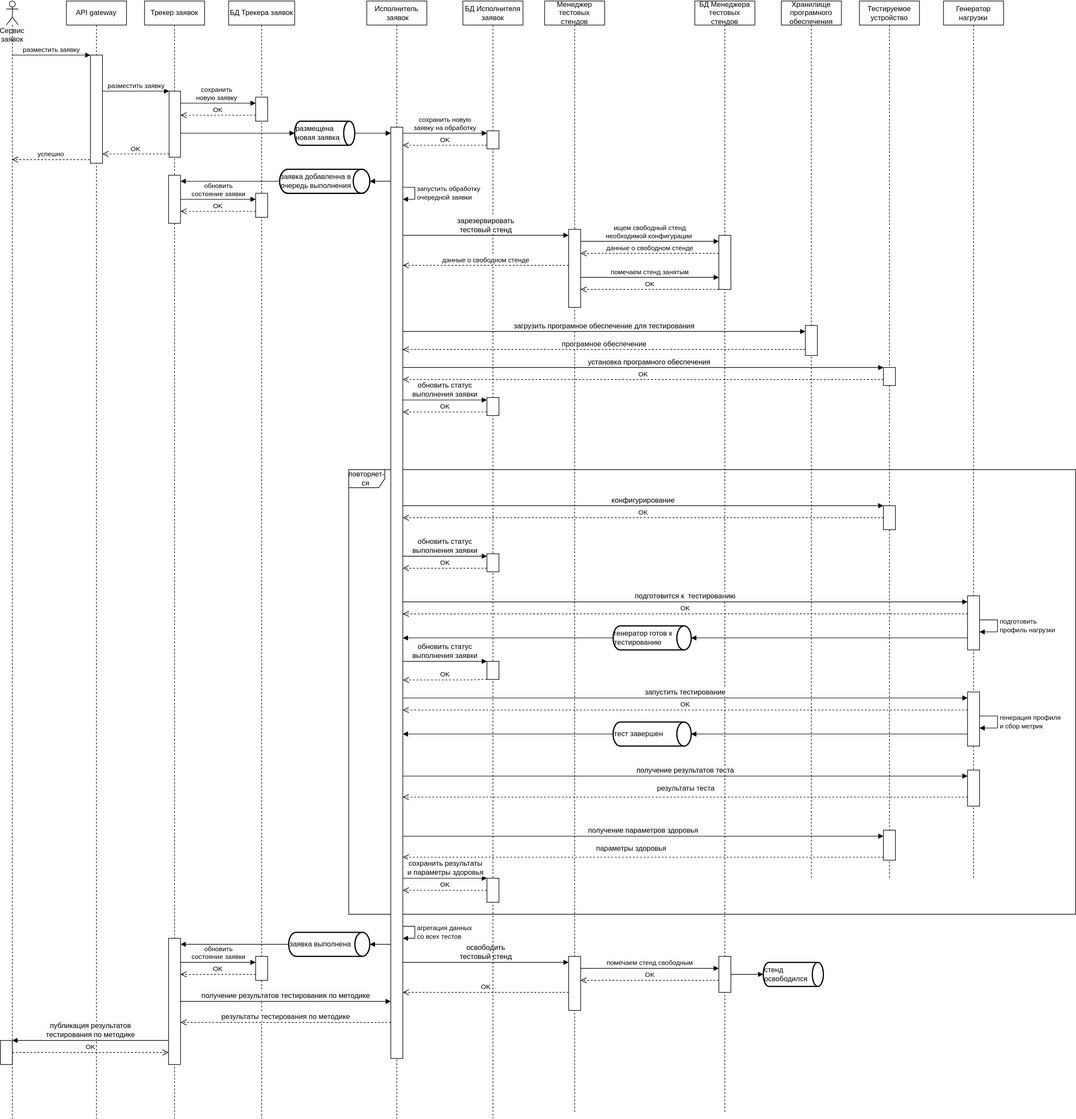
Earlier version of the draw.io export graduate_project/diagrams/uc003_sequence_diagram.svg (ralex29/otus_software_architect_2022_09). Source tidied: cells renumbered, new cells last; positions are measured from the earlier drawing's top-left corner, leaving out a move shared by most shapes.
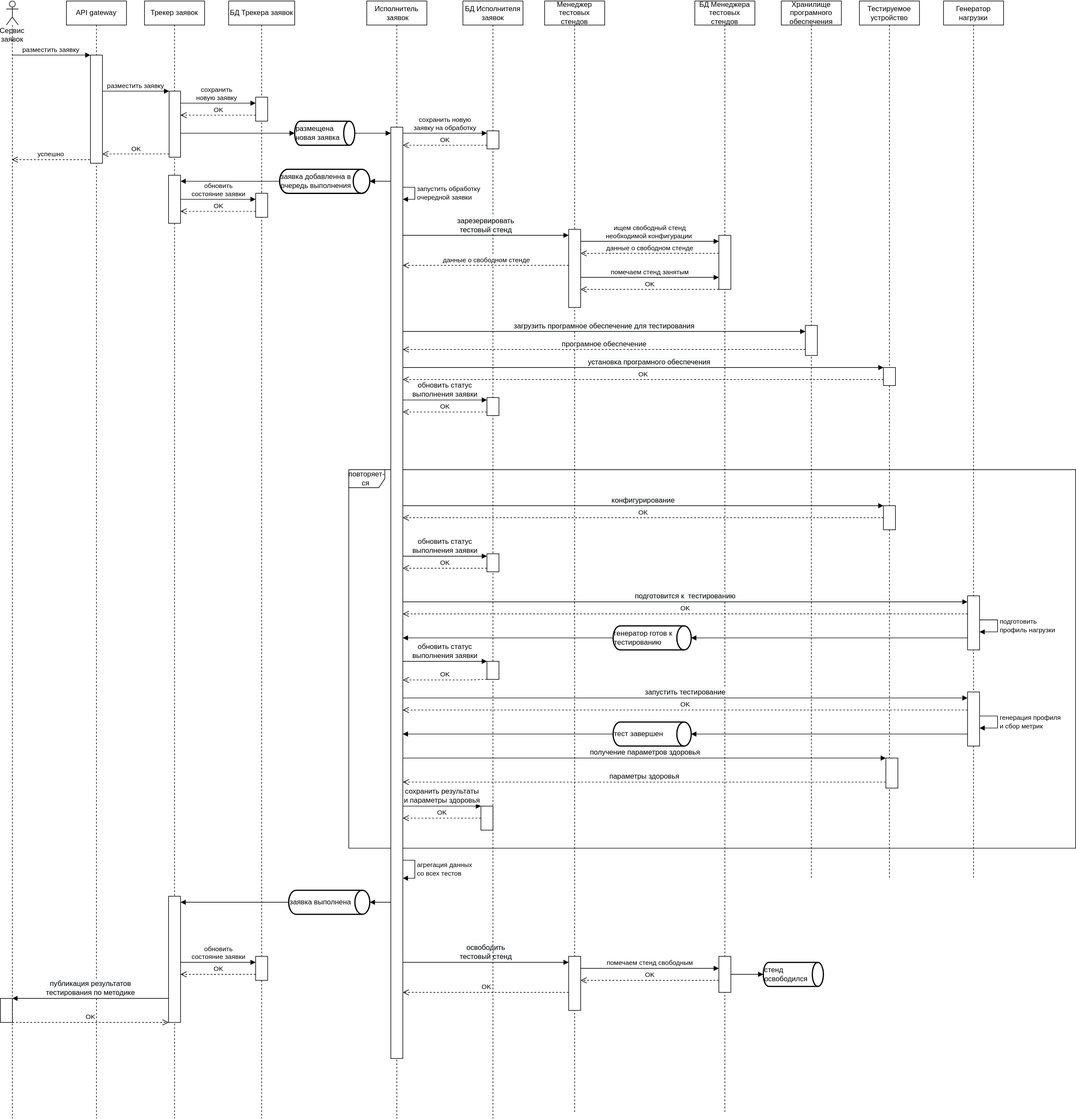
Above is the later version.

What changed in the source:
```diff
@@ -3,14 +3,11 @@
     <mxCell id="0" />
     <mxCell id="1" parent="0" />
     <mxCell id="2" value="повторяет-ся&amp;nbsp;" style="shape=umlFrame;whiteSpace=wrap;html=1;fontSize=12;" parent="1" vertex="1">
-      <mxGeometry x="580" y="780" width="1210" height="740" as="geometry" />
+      <mxGeometry x="580" y="780" width="1210" height="630" as="geometry" />
     </mxCell>
     <mxCell id="3" value="Сервис заявок" style="shape=umlLifeline;participant=umlActor;perimeter=lifelinePerimeter;whiteSpace=wrap;html=1;verticalAlign=top;spacingTop=36;outlineConnect=0;" parent="1" vertex="1">
       <mxGeometry x="10" width="20" height="1860" as="geometry" />
     </mxCell>
-    <mxCell id="4" style="html=1;points=[];perimeter=orthogonalPerimeter;" parent="3" vertex="1">
-      <mxGeometry x="-10" y="1730" width="20" height="40" as="geometry" />
-    </mxCell>
     <mxCell id="5" value="API gateway" style="shape=umlLifeline;perimeter=lifelinePerimeter;whiteSpace=wrap;html=1;" parent="1" vertex="1">
       <mxGeometry x="110" width="100" height="1860" as="geometry" />
     </mxCell>
@@ -26,6 +23,9 @@
     <mxCell id="9" style="html=1;points=[];perimeter=orthogonalPerimeter;" parent="7" vertex="1">
       <mxGeometry x="40" y="290" width="20" height="80" as="geometry" />
     </mxCell>
+    <mxCell id="97" style="html=1;points=[];perimeter=orthogonalPerimeter;" parent="7" vertex="1">
+      <mxGeometry x="40" y="1490" width="20" height="210" as="geometry" />
+    </mxCell>
     <mxCell id="10" value="Исполнитель&lt;div&gt;&amp;nbsp;заявок&lt;/div&gt;" style="shape=umlLifeline;perimeter=lifelinePerimeter;whiteSpace=wrap;html=1;" parent="1" vertex="1">
       <mxGeometry x="610" width="100" height="1860" as="geometry" />
     </mxCell>
@@ -43,8 +43,8 @@
     <mxCell id="13" value="агрегация&amp;nbsp;данных &lt;br&gt;со всех тестов" style="edgeStyle=orthogonalEdgeStyle;html=1;align=left;spacingLeft=2;endArrow=block;rounded=0;" parent="10" edge="1" source="11" target="11">
       <mxGeometry relative="1" as="geometry">
         <Array as="points">
-          <mxPoint x="80" y="1540" />
-          <mxPoint x="80" y="1560" />
+          <mxPoint x="80" y="1430" />
+          <mxPoint x="80" y="1460" />
         </Array>
       </mxGeometry>
     </mxCell>
@@ -126,7 +126,7 @@
       <mxGeometry x="40" y="1099" width="20" height="30" as="geometry" />
     </mxCell>
     <mxCell id="33" style="html=1;points=[];perimeter=orthogonalPerimeter;" parent="26" vertex="1">
-      <mxGeometry x="40" y="1460" width="20" height="40" as="geometry" />
+      <mxGeometry x="30" y="1340" width="20" height="40" as="geometry" />
     </mxCell>
     <mxCell id="34" value="БД Менеджера тестовых стендов" style="shape=umlLifeline;perimeter=lifelinePerimeter;whiteSpace=wrap;html=1;" parent="1" vertex="1">
       <mxGeometry x="1156" width="100" height="1850" as="geometry" />
@@ -283,7 +283,7 @@
       <mxGeometry x="40" y="840" width="20" height="40" as="geometry" />
     </mxCell>
     <mxCell id="64" style="html=1;points=[];perimeter=orthogonalPerimeter;" parent="61" vertex="1">
-      <mxGeometry x="40" y="1380" width="20" height="50" as="geometry" />
+      <mxGeometry x="44" y="1260" width="20" height="50" as="geometry" />
     </mxCell>
     <mxCell id="65" value="&lt;span style=&quot;font-size: 12px; background-color: rgb(248, 249, 250);&quot;&gt;установка програмного обеспечения&lt;/span&gt;" style="html=1;verticalAlign=bottom;startArrow=none;endArrow=block;startSize=8;rounded=0;startFill=0;" parent="1" edge="1" source="11" target="62">
       <mxGeometry x="0.03" relative="1" as="geometry">
@@ -340,9 +340,6 @@
     <mxCell id="75" style="html=1;verticalAlign=bottom;endArrow=block;rounded=0;entryX=1;entryY=0.5;entryDx=0;entryDy=0;entryPerimeter=0;" parent="69" edge="1" source="72" target="74">
       <mxGeometry relative="1" as="geometry" />
     </mxCell>
-    <mxCell id="76" style="html=1;points=[];perimeter=orthogonalPerimeter;" parent="69" vertex="1">
-      <mxGeometry x="40" y="1280" width="20" height="60" as="geometry" />
-    </mxCell>
     <mxCell id="77" value="&lt;span style=&quot;font-size: 12px; background-color: rgb(248, 249, 250);&quot;&gt;подготовится к&amp;nbsp; тестированию&lt;/span&gt;" style="html=1;verticalAlign=bottom;startArrow=none;endArrow=block;startSize=8;rounded=0;startFill=0;" parent="1" edge="1" source="11" target="70">
       <mxGeometry relative="1" as="geometry">
         <Array as="points">
@@ -407,32 +404,13 @@
     <mxCell id="88" style="html=1;verticalAlign=bottom;endArrow=block;rounded=0;exitX=0;exitY=0.5;exitDx=0;exitDy=0;exitPerimeter=0;" parent="1" edge="1" source="74" target="11">
       <mxGeometry relative="1" as="geometry" />
     </mxCell>
-    <mxCell id="89" value="&lt;span style=&quot;font-size: 12px; background-color: rgb(248, 249, 250);&quot;&gt;получение результатов теста&lt;/span&gt;" style="html=1;verticalAlign=bottom;startArrow=none;endArrow=block;startSize=8;rounded=0;startFill=0;" parent="1" edge="1" source="11" target="76">
-      <mxGeometry relative="1" as="geometry">
-        <Array as="points">
-          <mxPoint x="1221" y="1290" />
-        </Array>
-      </mxGeometry>
-    </mxCell>
-    <mxCell id="90" value="&lt;font style=&quot;font-size: 12px;&quot;&gt;результаты теста&lt;/font&gt;" style="html=1;verticalAlign=bottom;endArrow=open;dashed=1;endSize=8;rounded=0;" parent="1" edge="1" source="76" target="11">
-      <mxGeometry y="-5" relative="1" as="geometry">
-        <Array as="points">
-          <mxPoint x="1140" y="1325" />
-        </Array>
-        <mxPoint x="1" as="offset" />
-      </mxGeometry>
-    </mxCell>
     <mxCell id="91" value="&lt;span style=&quot;font-size: 12px; background-color: rgb(248, 249, 250);&quot;&gt;получение параметров здоровья&lt;/span&gt;" style="html=1;verticalAlign=bottom;startArrow=none;endArrow=block;startSize=8;rounded=0;startFill=0;" parent="1" edge="1" source="11" target="64">
-      <mxGeometry relative="1" as="geometry">
-        <Array as="points">
-          <mxPoint x="1081" y="1390" />
-        </Array>
-      </mxGeometry>
+      <mxGeometry relative="1" as="geometry" />
     </mxCell>
     <mxCell id="92" value="&lt;font style=&quot;font-size: 12px;&quot;&gt;параметры здоровья&lt;/font&gt;" style="html=1;verticalAlign=bottom;endArrow=open;dashed=1;endSize=8;rounded=0;" parent="1" edge="1" source="64" target="11">
-      <mxGeometry x="0.05" y="-5" relative="1" as="geometry">
+      <mxGeometry relative="1" as="geometry">
         <Array as="points">
-          <mxPoint x="1000" y="1425" />
+          <mxPoint x="1250" y="1300" />
         </Array>
       </mxGeometry>
     </mxCell>
@@ -452,19 +430,14 @@
     <mxCell id="96" value="&lt;span style=&quot;text-align: center;&quot;&gt;заявка добавленна в очередь выполнения&lt;/span&gt;" style="strokeWidth=2;html=1;shape=mxgraph.flowchart.direct_data;whiteSpace=wrap;align=left;" parent="1" vertex="1">
       <mxGeometry x="465" y="280" width="150" height="40" as="geometry" />
     </mxCell>
-    <mxCell id="97" style="html=1;points=[];perimeter=orthogonalPerimeter;" parent="1" vertex="1">
-      <mxGeometry x="280" y="1560" width="20" height="210" as="geometry" />
-    </mxCell>
     <mxCell id="98" style="html=1;verticalAlign=bottom;endArrow=block;rounded=0;exitX=0;exitY=0.5;exitDx=0;exitDy=0;exitPerimeter=0;" parent="1" edge="1" source="100" target="97">
       <mxGeometry relative="1" as="geometry" />
     </mxCell>
-    <mxCell id="99" style="html=1;verticalAlign=bottom;endArrow=block;rounded=0;entryX=1;entryY=0.5;entryDx=0;entryDy=0;entryPerimeter=0;" parent="1" edge="1" target="100">
-      <mxGeometry relative="1" as="geometry">
-        <mxPoint x="650" y="1570" as="sourcePoint" />
-      </mxGeometry>
+    <mxCell id="99" style="html=1;verticalAlign=bottom;endArrow=block;rounded=0;entryX=1;entryY=0.5;entryDx=0;entryDy=0;entryPerimeter=0;" parent="1" edge="1" source="11" target="100">
+      <mxGeometry relative="1" as="geometry" />
     </mxCell>
     <mxCell id="100" value="&lt;span style=&quot;text-align: center;&quot;&gt;заявка выполнена&lt;/span&gt;" style="strokeWidth=2;html=1;shape=mxgraph.flowchart.direct_data;whiteSpace=wrap;align=left;" parent="1" vertex="1">
-      <mxGeometry x="480" y="1550" width="135" height="40" as="geometry" />
+      <mxGeometry x="480" y="1480" width="135" height="40" as="geometry" />
     </mxCell>
     <mxCell id="101" value="обновить &lt;br&gt;состояние заявки" style="html=1;verticalAlign=bottom;endArrow=block;rounded=0;" parent="1" edge="1" source="97" target="22">
       <mxGeometry relative="1" as="geometry">
@@ -494,21 +467,15 @@
         </Array>
       </mxGeometry>
     </mxCell>
-    <mxCell id="105" value="&lt;span style=&quot;font-size: 12px; background-color: rgb(248, 249, 250);&quot;&gt;получение результатов тестирования по методике&lt;/span&gt;" style="html=1;verticalAlign=bottom;startArrow=none;endArrow=block;startSize=8;rounded=0;startFill=0;" parent="1" edge="1" source="97" target="11">
-      <mxGeometry relative="1" as="geometry" />
-    </mxCell>
-    <mxCell id="106" value="&lt;font style=&quot;font-size: 12px;&quot;&gt;результаты тестирования по методике&lt;/font&gt;" style="html=1;verticalAlign=bottom;endArrow=open;dashed=1;endSize=8;rounded=0;" parent="1" edge="1" source="11" target="97">
-      <mxGeometry relative="1" as="geometry">
-        <Array as="points">
-          <mxPoint x="400" y="1700" />
-        </Array>
-      </mxGeometry>
-    </mxCell>
     <mxCell id="107" value="&lt;span style=&quot;font-size: 12px; background-color: rgb(248, 249, 250);&quot;&gt;публикация результатов &lt;br&gt;тестирования по методике&lt;/span&gt;" style="html=1;verticalAlign=bottom;startArrow=none;endArrow=block;startSize=8;rounded=0;startFill=0;" parent="1" edge="1" source="97" target="4">
       <mxGeometry relative="1" as="geometry" />
     </mxCell>
     <mxCell id="108" value="OK" style="html=1;verticalAlign=bottom;endArrow=open;dashed=1;endSize=8;rounded=0;" parent="1" edge="1" source="4" target="97">
-      <mxGeometry relative="1" as="geometry" />
+      <mxGeometry relative="1" as="geometry">
+        <Array as="points">
+          <mxPoint x="210" y="1700" />
+        </Array>
+      </mxGeometry>
     </mxCell>
     <mxCell id="109" style="html=1;verticalAlign=bottom;endArrow=block;rounded=0;entryX=0;entryY=0.5;entryDx=0;entryDy=0;entryPerimeter=0;" parent="1" edge="1" source="36" target="110">
       <mxGeometry relative="1" as="geometry" />
@@ -516,5 +483,8 @@
     <mxCell id="110" value="&lt;span style=&quot;text-align: center;&quot;&gt;стенд освободился&lt;/span&gt;" style="strokeWidth=2;html=1;shape=mxgraph.flowchart.direct_data;whiteSpace=wrap;align=left;" parent="1" vertex="1">
       <mxGeometry x="1270" y="1600" width="100" height="40" as="geometry" />
     </mxCell>
+    <mxCell id="4" style="html=1;points=[];perimeter=orthogonalPerimeter;" parent="1" vertex="1">
+      <mxGeometry y="1660" width="20" height="40" as="geometry" />
+    </mxCell>
   </root>
 </mxGraphModel>
```
